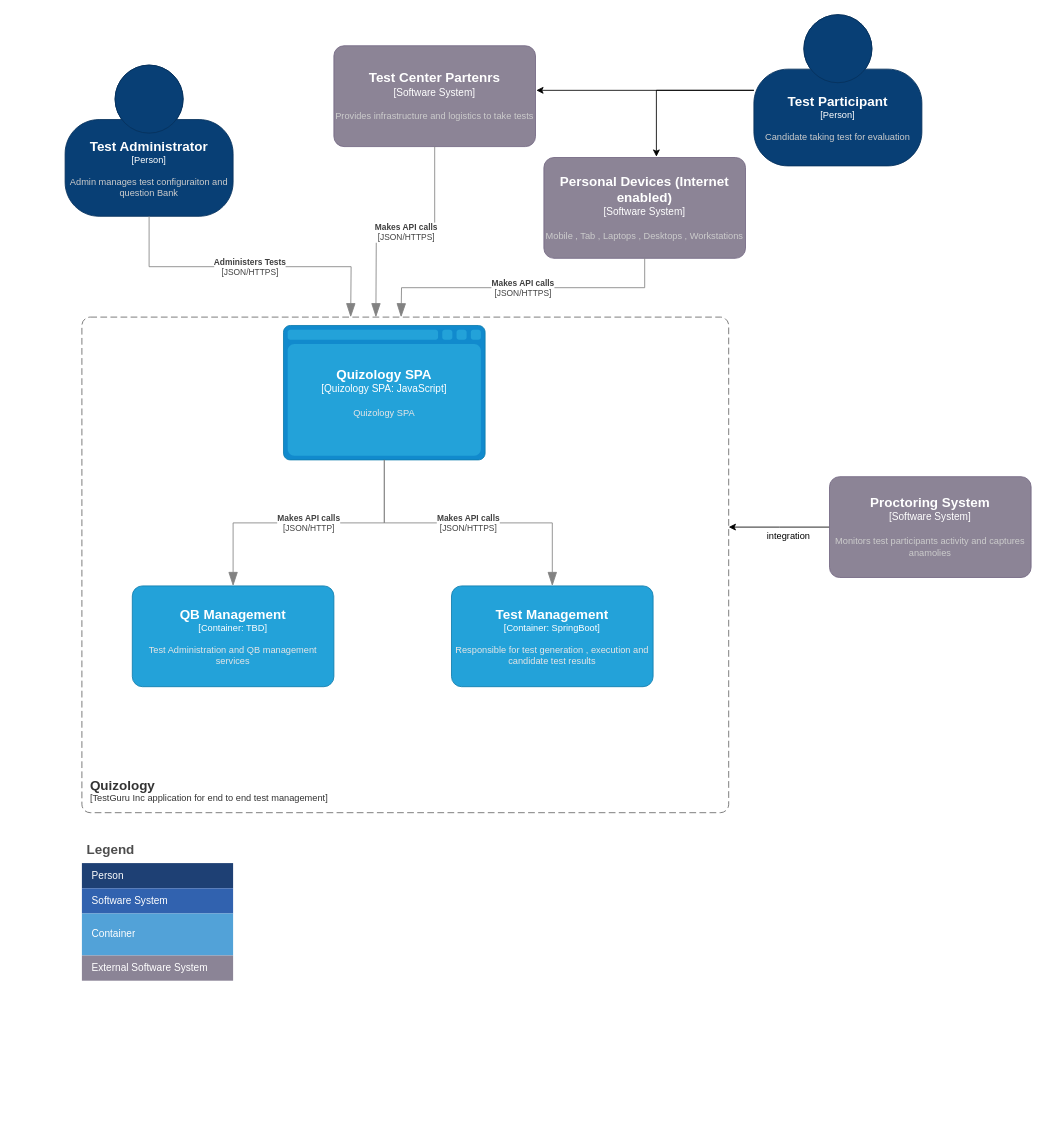
Earlier version of the draw.io diagram TrueGuru Inc Quizology.drawio (Swaraj-Bharti/softwarearchitectcert). Source tidied: cells renumbered, new cells numbered last; positions are measured from the earlier drawing's top-left corner, leaving out a move shared by most shapes. Both pictures are drawn from the tidied source at 84%, with x=0, y=0 at pixel (65, 14).
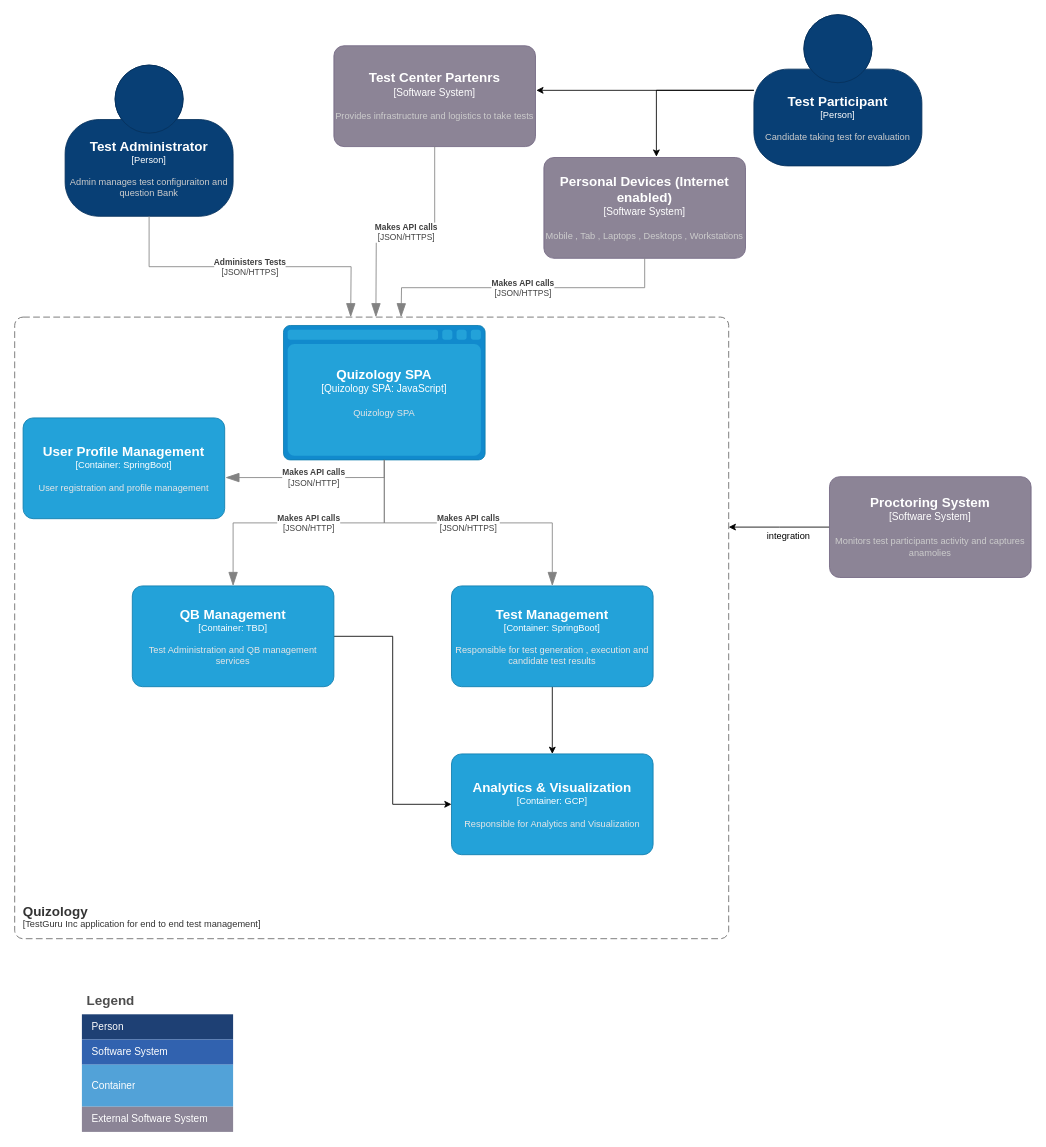
Above is the later version.

The change refers to these unchanged cells:
```xml
<object id="7" label="&lt;font style=&quot;font-size: 16px&quot;&gt;&lt;b&gt;%c4Type%&lt;/b&gt;&lt;/font&gt;&lt;div&gt;[%c4Container%:&amp;nbsp;%c4Technology%]&lt;/div&gt;&lt;br&gt;&lt;div&gt;&lt;font style=&quot;font-size: 11px&quot;&gt;&lt;font color=&quot;#E6E6E6&quot;&gt;%c4Description%&lt;/font&gt;&lt;/div&gt;" c4Container="Quizology SPA" c4Description="Quizology SPA" c4Technology="JavaScript" c4Type="Quizology SPA" placeholders="1">
  <mxCell style="shape=mxgraph.c4.webBrowserContainer2;whiteSpace=wrap;html=1;boundedLbl=1;rounded=0;labelBackgroundColor=none;strokeColor=#118ACD;fillColor=#23A2D9;strokeColor=#118ACD;strokeColor2=#0E7DAD;fontSize=12;fontColor=#ffffff;align=center;points=[[0.5,0,0],[1,0.25,0],[1,0.5,0],[1,0.75,0],[0.5,1,0],[0,0.75,0],[0,0.5,0],[0,0.25,0]];" parent="1" vertex="1">
    <mxGeometry x="260" y="370" width="240" height="160" as="geometry" />
  </mxCell>
</object>
<object id="25" label="&lt;font style=&quot;font-size: 16px&quot;&gt;&lt;b&gt;%c4Name%&lt;/b&gt;&lt;/font&gt;&lt;div&gt;[%c4Type%: %c4Technology%]&lt;/div&gt;&lt;br&gt;&lt;div&gt;&lt;font style=&quot;font-size: 11px&quot;&gt;&lt;font color=&quot;#E6E6E6&quot;&gt;%c4Description%&lt;/font&gt;&lt;/div&gt;" c4Description="Test Administration and QB management services " c4Name="QB Management" c4Technology="TBD" c4Type="Container" placeholders="1">
  <mxCell style="rounded=1;whiteSpace=wrap;html=1;fontSize=11;labelBackgroundColor=none;fillColor=#23A2D9;fontColor=#ffffff;align=center;arcSize=10;strokeColor=#0E7DAD;points=[[0.25,0,0],[0.5,0,0],[0.75,0,0],[1,0.25,0],[1,0.5,0],[1,0.75,0],[0.75,1,0],[0.5,1,0],[0.25,1,0],[0,0.75,0],[0,0.5,0],[0,0.25,0]];" parent="1" vertex="1">
    <mxGeometry x="80" y="680" width="240" height="120" as="geometry" />
  </mxCell>
</object>
<object id="26" label="&lt;font style=&quot;font-size: 16px&quot;&gt;&lt;b&gt;%c4Name%&lt;/b&gt;&lt;/font&gt;&lt;div&gt;[%c4Type%: %c4Technology%]&lt;/div&gt;&lt;br&gt;&lt;div&gt;&lt;font style=&quot;font-size: 11px&quot;&gt;&lt;font color=&quot;#E6E6E6&quot;&gt;%c4Description%&lt;/font&gt;&lt;/div&gt;" c4Description="Responsible for test generation , execution and candidate test results" c4Name="Test Management " c4Technology="SpringBoot" c4Type="Container" placeholders="1">
  <mxCell style="rounded=1;whiteSpace=wrap;html=1;fontSize=11;labelBackgroundColor=none;fillColor=#23A2D9;fontColor=#ffffff;align=center;arcSize=10;strokeColor=#0E7DAD;points=[[0.25,0,0],[0.5,0,0],[0.75,0,0],[1,0.25,0],[1,0.5,0],[1,0.75,0],[0.75,1,0],[0.5,1,0],[0.25,1,0],[0,0.75,0],[0,0.5,0],[0,0.25,0]];" parent="1" vertex="1">
    <mxGeometry x="460" y="680" width="240" height="120" as="geometry" />
  </mxCell>
</object>
```

Diff of the diagram source:
```diff
@@
     <object id="6" label="&lt;font style=&quot;font-size: 16px&quot;&gt;&lt;b&gt;&lt;div style=&quot;text-align: left&quot;&gt;%c4Name%&lt;/div&gt;&lt;/b&gt;&lt;/font&gt;&lt;div style=&quot;text-align: left&quot;&gt;[%c4Application%]&lt;/div&gt;" c4Application="TestGuru Inc application for end to  end test management" c4Name="Quizology" placeholders="1">
       <mxCell style="rounded=1;fontSize=11;whiteSpace=wrap;html=1;dashed=1;arcSize=20;fillColor=none;strokeColor=#666666;fontColor=#333333;labelBackgroundColor=none;align=left;verticalAlign=bottom;labelBorderColor=none;spacingTop=0;spacing=10;dashPattern=8 4;perimeter=rectanglePerimeter;noLabel=0;labelPadding=0;absoluteArcSize=1;" parent="1" vertex="1">
-        <mxGeometry x="20" y="360" width="770" height="590" as="geometry" />
+        <mxGeometry x="-60" y="360" width="850" height="740" as="geometry" />
       </mxCell>
     </object>
@@
     <mxCell id="10" value="Legend" style="shape=table;startSize=30;childLayout=tableLayout;fontSize=16;align=left;verticalAlign=top;fillColor=none;strokeColor=none;fontColor=#4D4D4D;fontStyle=1;spacingLeft=6;spacing=0;" parent="1" vertex="1">
-      <mxGeometry x="20" y="980" width="180" height="170" as="geometry" />
+      <mxGeometry x="20" y="1160" width="180" height="170" as="geometry" />
     </mxCell>
@@
+    <mxCell id="29" style="edgeStyle=orthogonalEdgeStyle;rounded=0;jettySize=auto;html=1;entryX=0;entryY=0.5;entryDx=0;entryDy=0;entryPerimeter=0;" parent="1" edge="1" source="25" target="32">
+      <mxGeometry relative="1" as="geometry" />
+    </mxCell>
@@
+    <mxCell id="30" style="edgeStyle=orthogonalEdgeStyle;rounded=0;jettySize=auto;html=1;" parent="1" edge="1" source="26" target="32">
+      <mxGeometry relative="1" as="geometry" />
+    </mxCell>
@@
+    <object id="31" label="&lt;font style=&quot;font-size: 16px&quot;&gt;&lt;b&gt;%c4Name%&lt;/b&gt;&lt;/font&gt;&lt;div&gt;[%c4Type%: %c4Technology%]&lt;/div&gt;&lt;br&gt;&lt;div&gt;&lt;font style=&quot;font-size: 11px&quot;&gt;&lt;font color=&quot;#E6E6E6&quot;&gt;%c4Description%&lt;/font&gt;&lt;/div&gt;" c4Description="User registration and profile management " c4Name="User Profile Management" c4Technology="SpringBoot" c4Type="Container" placeholders="1">
+      <mxCell style="rounded=1;whiteSpace=wrap;html=1;fontSize=11;labelBackgroundColor=none;fillColor=#23A2D9;fontColor=#ffffff;align=center;arcSize=10;strokeColor=#0E7DAD;points=[[0.25,0,0],[0.5,0,0],[0.75,0,0],[1,0.25,0],[1,0.5,0],[1,0.75,0],[0.75,1,0],[0.5,1,0],[0.25,1,0],[0,0.75,0],[0,0.5,0],[0,0.25,0]];" parent="1" vertex="1">
+        <mxGeometry x="-50" y="480" width="240" height="120" as="geometry" />
+      </mxCell>
+    </object>
+    <object id="32" label="&lt;font style=&quot;font-size: 16px&quot;&gt;&lt;b&gt;%c4Name%&lt;/b&gt;&lt;/font&gt;&lt;div&gt;[%c4Type%: %c4Technology%]&lt;/div&gt;&lt;br&gt;&lt;div&gt;&lt;font style=&quot;font-size: 11px&quot;&gt;&lt;font color=&quot;#E6E6E6&quot;&gt;%c4Description%&lt;/font&gt;&lt;/div&gt;" c4Description="Responsible for Analytics and Visualization " c4Name="Analytics &amp; Visualization" c4Technology="GCP" c4Type="Container" placeholders="1">
+      <mxCell style="rounded=1;whiteSpace=wrap;html=1;fontSize=11;labelBackgroundColor=none;fillColor=#23A2D9;fontColor=#ffffff;align=center;arcSize=10;strokeColor=#0E7DAD;points=[[0.25,0,0],[0.5,0,0],[0.75,0,0],[1,0.25,0],[1,0.5,0],[1,0.75,0],[0.75,1,0],[0.5,1,0],[0.25,1,0],[0,0.75,0],[0,0.5,0],[0,0.25,0]];" parent="1" vertex="1">
+        <mxGeometry x="460" y="880" width="240" height="120" as="geometry" />
+      </mxCell>
+    </object>
+    <object id="33" label="&lt;div style=&quot;text-align: left&quot;&gt;&lt;div style=&quot;text-align: center&quot;&gt;&lt;b&gt;%c4Description%&lt;/b&gt;&lt;/div&gt;&lt;div style=&quot;text-align: center&quot;&gt;[%c4Technology%]&lt;/div&gt;&lt;/div&gt;" c4Description="Makes API calls" c4Technology="JSON/HTTP" placeholders="1">
+      <mxCell style="endArrow=blockThin;html=1;fontSize=10;fontColor=#404040;strokeWidth=1;endFill=1;strokeColor=#828282;elbow=vertical;endSize=14;startSize=14;jumpStyle=arc;jumpSize=16;rounded=0;edgeStyle=orthogonalEdgeStyle;exitX=0.5;exitY=1;exitDx=0;exitDy=0;exitPerimeter=0;entryX=1.004;entryY=0.592;entryDx=0;entryDy=0;entryPerimeter=0;" parent="1" edge="1" source="7" target="31">
+        <mxGeometry relative="1" as="geometry" />
+      </mxCell>
+    </object>
```
